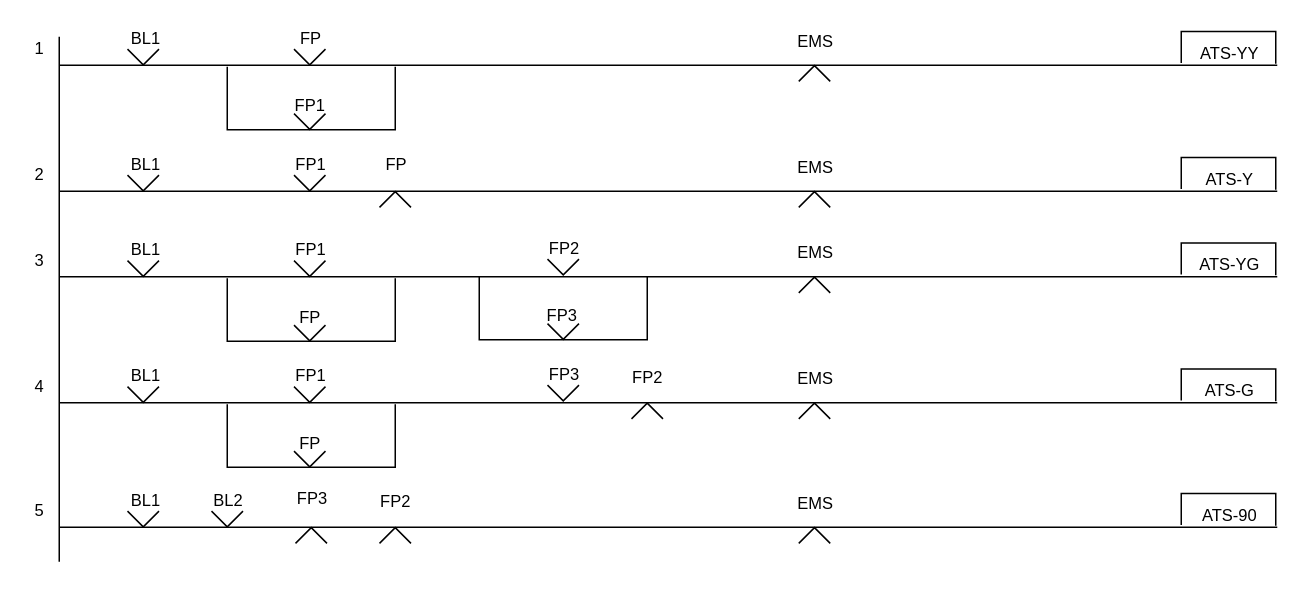
The draw.io diagram page "ATS제어" (3 of 6) of Signal/4Display-Signal-Control-Logic.drawio in chillin2/MyDraw.io, before the edit. Source tidied: cells renumbered, new cells numbered last; positions are measured from the earlier drawing's top-left corner, leaving out a move shared by most shapes. Both pictures are drawn from the tidied source at 150%, with x=0, y=0 at pixel (26, 26).
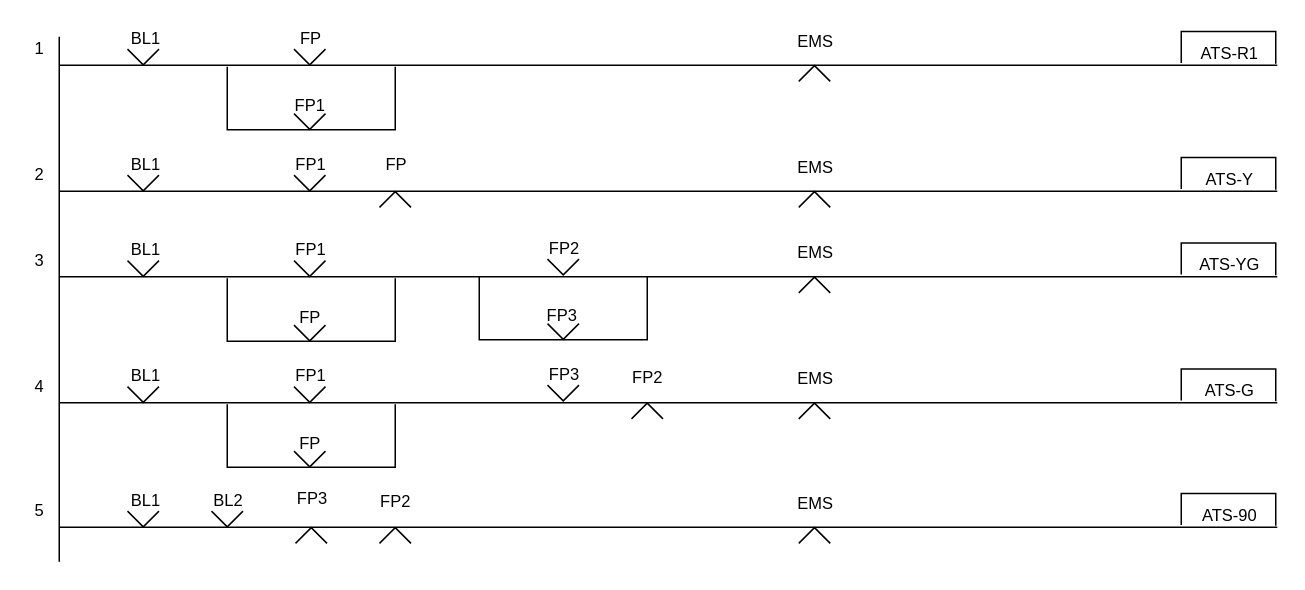
The same page after the edit.

The edit, as a diff of the source:
```diff
@@
-    <mxCell id="6" value="ATS-YY" style="text;html=1;strokeColor=none;fillColor=none;align=center;verticalAlign=middle;whiteSpace=wrap;rounded=0;fontFamily=Helvetica;fontSize=11;fontColor=default;" parent="1" vertex="1">
+    <mxCell id="6" value="ATS-R1" style="text;html=1;strokeColor=none;fillColor=none;align=center;verticalAlign=middle;whiteSpace=wrap;rounded=0;fontFamily=Helvetica;fontSize=11;fontColor=default;" parent="1" vertex="1">
       <mxGeometry x="779" y="11" width="47" height="13" as="geometry" />
     </mxCell>
```
